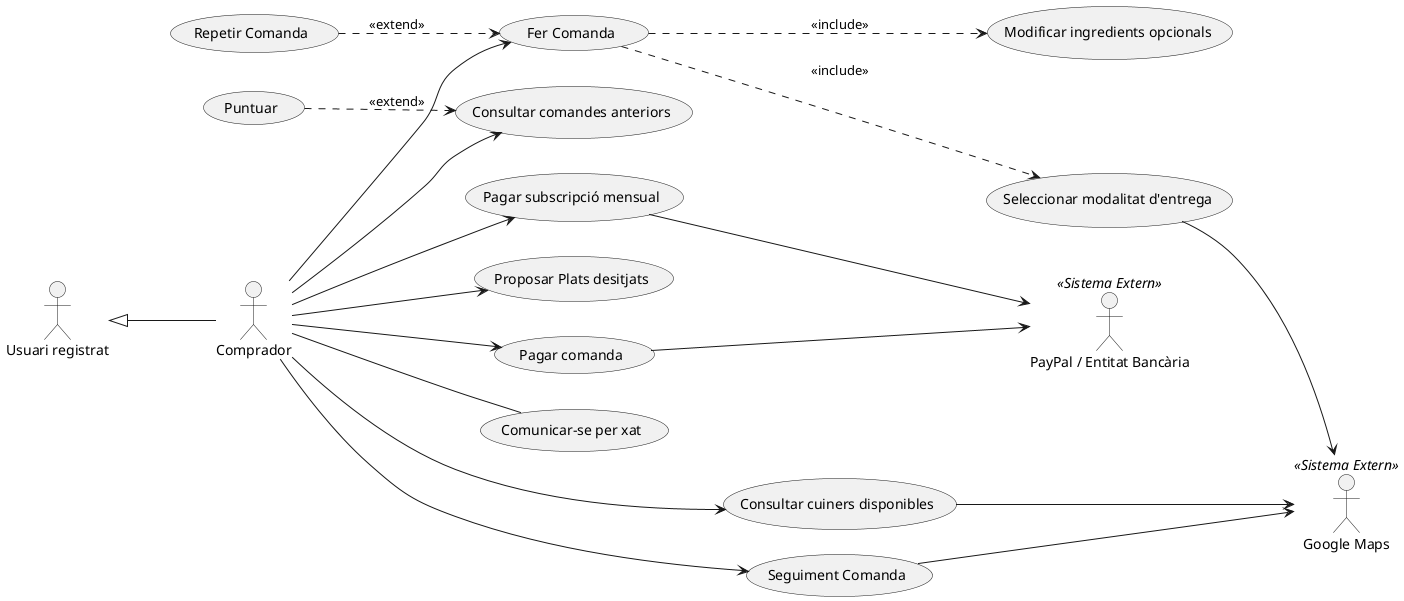
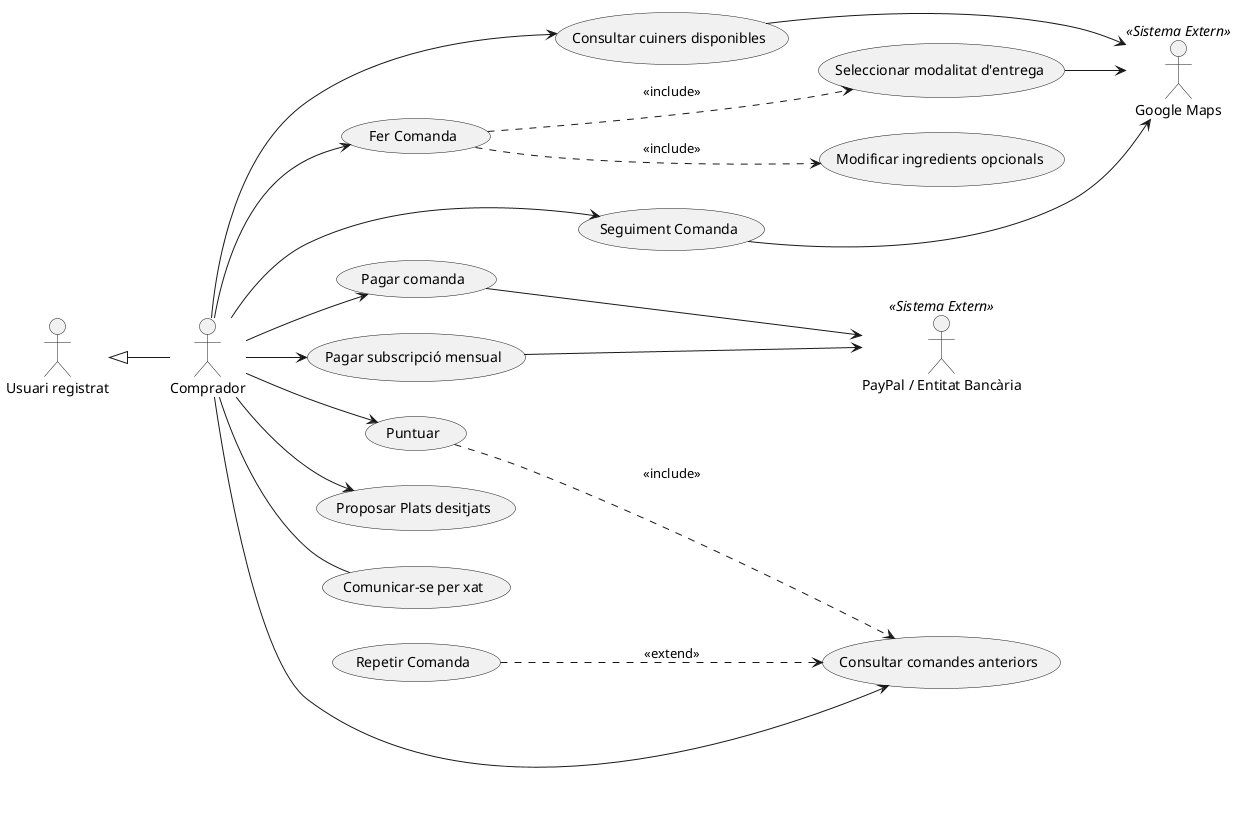
@startuml
left to right direction
skinparam actorStyle stickman

actor "Usuari registrat" as UR
actor "Comprador" as Client
Client -up-|> UR

actor "Google Maps" <<Sistema Extern>> as Gmaps
actor "PayPal / Entitat Bancària" <<Sistema Extern>> as Banc

usecase "Consultar cuiners disponibles" as UC_ConsCuiners
usecase "Fer Comanda" as UC_FerComanda
usecase "Modificar ingredients opcionals" as UC_ModIng
usecase "Seleccionar modalitat d'entrega" as UC_ModEntrega
usecase "Pagar comanda" as UC_PagarCom
usecase "Seguiment Comanda" as UC_Seguiment
usecase "Consultar comandes anteriors" as UC_Historial
usecase "Puntuar" as UC_Puntuar
usecase "Proposar Plats desitjats" as UC_Proposar
usecase "Comunicar-se per xat" as UC_xat
usecase "Repetir Comanda" as UC_repetir
usecase "Pagar subscripció mensual" as UC_Subscripcio

Client --> UC_ConsCuiners
Client --> UC_FerComanda
Client --> UC_Seguiment
Client --> UC_Historial
Client --> UC_Proposar
Client -- UC_xat
Client --> UC_Subscripcio
Client --> UC_PagarCom
+ Client --> UC_Puntuar

- UC_repetir ..> UC_FerComanda : <<extend>>
+ UC_repetir ..> UC_Historial : <<extend>>
UC_FerComanda ..> UC_ModEntrega : <<include>>
UC_FerComanda ..> UC_ModIng : <<include>>

- UC_Puntuar ..> UC_Historial : <<extend>>
+ UC_Puntuar ..> UC_Historial : <<include>>


UC_ConsCuiners --> Gmaps
UC_ModEntrega --> Gmaps
UC_Seguiment --> Gmaps
UC_PagarCom --> Banc
UC_Subscripcio --> Banc
@enduml
